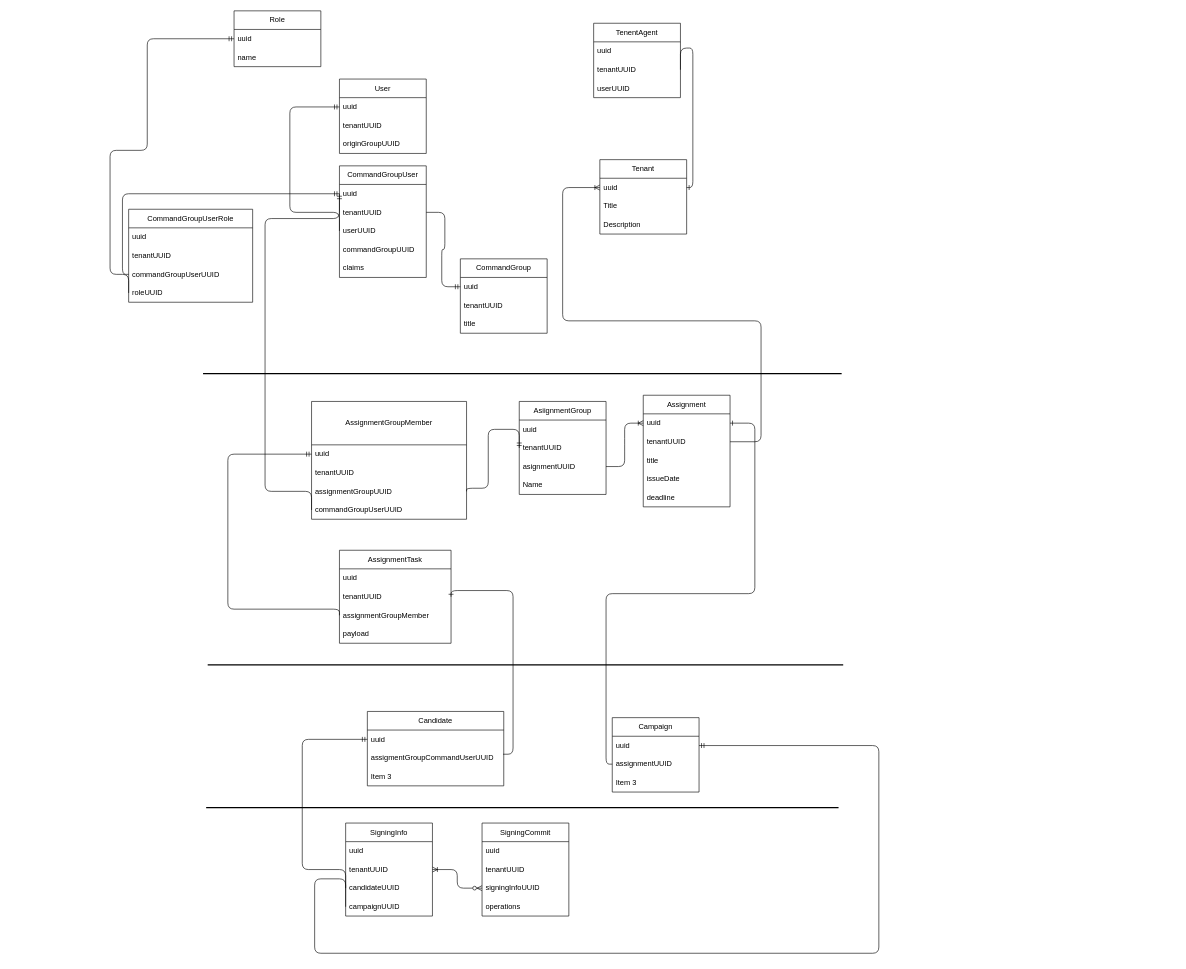
The draw.io diagram app/domain/model/diagram.drawio in tanhuy998/bch, before the edit. Source tidied: cells renumbered, new cells numbered last; positions are measured from the earlier drawing's top-left corner, leaving out a move shared by most shapes. Both pictures are drawn from the tidied source at 62%, with x=0, y=0 at pixel (110, 11).
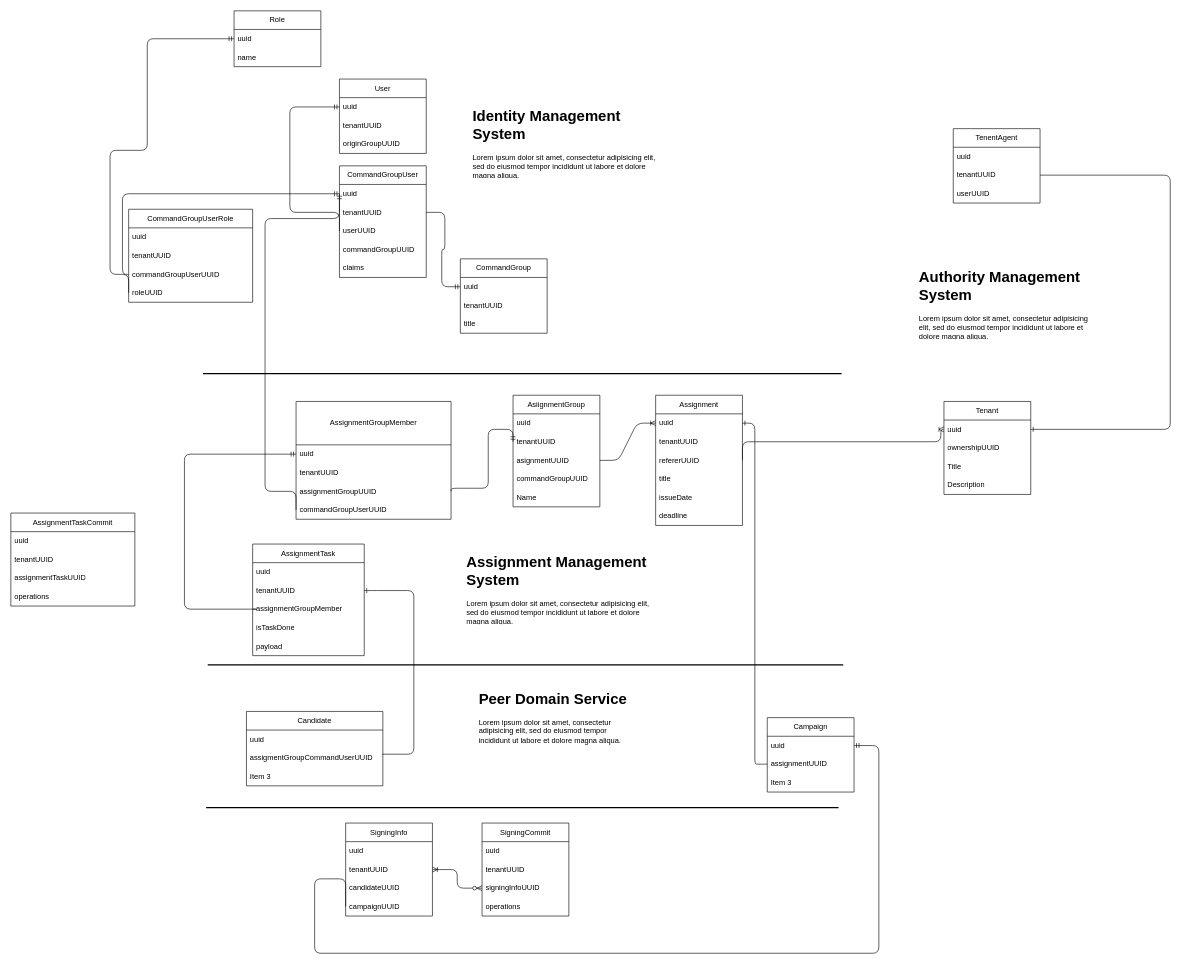
Above is the later version.

Commit message:
modify model diagram

The change refers to these unchanged cells:
```xml
<mxCell id="18" value="assignmentUUID" style="text;strokeColor=none;fillColor=none;align=left;verticalAlign=middle;spacingLeft=4;spacingRight=4;overflow=hidden;points=[[0,0.5],[1,0.5]];portConstraint=eastwest;whiteSpace=wrap;html=1;" parent="16" vertex="1">
  <mxGeometry y="60" width="140" height="30" as="geometry" />
</mxCell>
<mxCell id="26" value="uuid" style="text;strokeColor=none;fillColor=none;align=left;verticalAlign=middle;spacingLeft=4;spacingRight=4;overflow=hidden;points=[[0,0.5],[1,0.5]];portConstraint=eastwest;whiteSpace=wrap;html=1;" parent="25" vertex="1">
  <mxGeometry y="70" width="250" height="30" as="geometry" />
</mxCell>
<mxCell id="34" value="uuid" style="text;strokeColor=none;fillColor=none;align=left;verticalAlign=middle;spacingLeft=4;spacingRight=4;overflow=hidden;points=[[0,0.5],[1,0.5]];portConstraint=eastwest;whiteSpace=wrap;html=1;" parent="33" vertex="1">
  <mxGeometry y="30" width="220" height="30" as="geometry" />
</mxCell>
<mxCell id="35" value="assigmentGroupCommandUserUUID" style="text;strokeColor=none;fillColor=none;align=left;verticalAlign=middle;spacingLeft=4;spacingRight=4;overflow=hidden;points=[[0,0.5],[1,0.5]];portConstraint=eastwest;whiteSpace=wrap;html=1;" parent="33" vertex="1">
  <mxGeometry y="60" width="220" height="30" as="geometry" />
</mxCell>
<mxCell id="54" value="candidateUUID" style="text;strokeColor=none;fillColor=none;align=left;verticalAlign=middle;spacingLeft=4;spacingRight=4;overflow=hidden;points=[[0,0.5],[1,0.5]];portConstraint=eastwest;whiteSpace=wrap;html=1;" parent="51" vertex="1">
  <mxGeometry y="90" width="140" height="30" as="geometry" />
</mxCell>
<mxCell id="66" value="tenantUUID" style="text;strokeColor=none;fillColor=none;align=left;verticalAlign=middle;spacingLeft=4;spacingRight=4;overflow=hidden;points=[[0,0.5],[1,0.5]];portConstraint=eastwest;whiteSpace=wrap;html=1;" parent="64" vertex="1">
  <mxGeometry y="60" width="180" height="30" as="geometry" />
</mxCell>
<mxCell id="67" value="assignmentGroupMember" style="text;strokeColor=none;fillColor=none;align=left;verticalAlign=middle;spacingLeft=4;spacingRight=4;overflow=hidden;points=[[0,0.5],[1,0.5]];portConstraint=eastwest;whiteSpace=wrap;html=1;" parent="64" vertex="1">
  <mxGeometry y="90" width="180" height="30" as="geometry" />
</mxCell>
<mxCell id="72" value="uuid" style="text;strokeColor=none;fillColor=none;align=left;verticalAlign=middle;spacingLeft=4;spacingRight=4;overflow=hidden;points=[[0,0.5],[1,0.5]];portConstraint=eastwest;whiteSpace=wrap;html=1;" parent="71" vertex="1">
  <mxGeometry y="30" width="140" height="30" as="geometry" />
</mxCell>
<mxCell id="78" value="uuid" style="text;strokeColor=none;fillColor=none;align=left;verticalAlign=middle;spacingLeft=4;spacingRight=4;overflow=hidden;points=[[0,0.5],[1,0.5]];portConstraint=eastwest;whiteSpace=wrap;html=1;" parent="77" vertex="1">
  <mxGeometry y="30" width="140" height="30" as="geometry" />
</mxCell>
<mxCell id="84" value="tenantUUID" style="text;strokeColor=none;fillColor=none;align=left;verticalAlign=middle;spacingLeft=4;spacingRight=4;overflow=hidden;points=[[0,0.5],[1,0.5]];portConstraint=eastwest;whiteSpace=wrap;html=1;" parent="82" vertex="1">
  <mxGeometry y="60" width="140" height="30" as="geometry" />
</mxCell>
```

What changed in the source:
```diff
@@
     <mxCell id="16" value="Campaign" style="swimlane;fontStyle=0;horizontal=1;startSize=30;whiteSpace=wrap;html=1;" parent="1" vertex="1">
-      <mxGeometry x="810" y="1140" width="140" height="120" as="geometry" />
+      <mxGeometry x="1060" y="1140" width="140" height="120" as="geometry" />
     </mxCell>
@@
     <mxCell id="20" value="AsiignmentGroup" style="swimlane;fontStyle=0;horizontal=1;startSize=30;whiteSpace=wrap;html=1;" parent="1" vertex="1">
-      <mxGeometry x="660" y="630" width="140" height="150" as="geometry" />
+      <mxGeometry x="650" y="620" width="140" height="180" as="geometry" />
     </mxCell>
@@
+    <mxCell id="89" value="commandGroupUUID" style="text;strokeColor=none;fillColor=none;align=left;verticalAlign=middle;spacingLeft=4;spacingRight=4;overflow=hidden;whiteSpace=wrap;html=1;" parent="20" vertex="1">
+      <mxGeometry y="120" width="140" height="30" as="geometry" />
+    </mxCell>
     <mxCell id="24" value="Name" style="text;strokeColor=none;fillColor=none;align=left;verticalAlign=middle;spacingLeft=4;spacingRight=4;overflow=hidden;whiteSpace=wrap;html=1;" parent="20" vertex="1">
-      <mxGeometry y="120" width="140" height="30" as="geometry" />
+      <mxGeometry y="150" width="140" height="30" as="geometry" />
     </mxCell>
     <mxCell id="25" value="AssignmentGroupMember" style="swimlane;fontStyle=0;horizontal=1;startSize=70;whiteSpace=wrap;html=1;" parent="1" vertex="1">
-      <mxGeometry x="325" y="630" width="250" height="190" as="geometry" />
+      <mxGeometry x="300" y="630" width="250" height="190" as="geometry" />
     </mxCell>
@@
     <mxCell id="33" value="Candidate" style="swimlane;fontStyle=0;horizontal=1;startSize=30;whiteSpace=wrap;html=1;" parent="1" vertex="1">
-      <mxGeometry x="415" y="1130" width="220" height="120" as="geometry" />
+      <mxGeometry x="220" y="1130" width="220" height="120" as="geometry" />
     </mxCell>
@@
     <mxCell id="37" style="edgeStyle=orthogonalEdgeStyle;fontSize=12;html=1;endArrow=ERmandOne;elbow=vertical;entryX=0;entryY=0.5;entryDx=0;entryDy=0;exitX=0;exitY=0.5;exitDx=0;exitDy=0;" parent="1" edge="1" source="67" target="26">
       <mxGeometry relative="1" as="geometry">
         <Array as="points">
-          <mxPoint x="190" y="965" />
-          <mxPoint x="190" y="715" />
+          <mxPoint x="240" y="965" />
+          <mxPoint x="120" y="965" />
+          <mxPoint x="120" y="715" />
         </Array>
       </mxGeometry>
     </mxCell>
@@
-    <mxCell id="56" style="edgeStyle=orthogonalEdgeStyle;fontSize=12;html=1;endArrow=ERmandOne;elbow=vertical;exitX=0;exitY=0.5;exitDx=0;exitDy=0;entryX=0;entryY=0.5;entryDx=0;entryDy=0;" parent="1" edge="1" source="54" target="34">
-      <mxGeometry relative="1" as="geometry">
-        <Array as="points">
-          <mxPoint x="310" y="1385" />
-          <mxPoint x="310" y="1175" />
-        </Array>
-      </mxGeometry>
-    </mxCell>
@@
     <mxCell id="64" value="AssignmentTask" style="swimlane;fontStyle=0;horizontal=1;startSize=30;whiteSpace=wrap;html=1;" parent="1" vertex="1">
-      <mxGeometry x="370" y="870" width="180" height="150" as="geometry" />
+      <mxGeometry x="230" y="860" width="180" height="180" as="geometry" />
     </mxCell>
@@
+    <mxCell id="90" value="isTaskDone" style="text;strokeColor=none;fillColor=none;align=left;verticalAlign=middle;spacingLeft=4;spacingRight=4;overflow=hidden;whiteSpace=wrap;html=1;" parent="64" vertex="1">
+      <mxGeometry y="120" width="180" height="30" as="geometry" />
+    </mxCell>
     <mxCell id="68" value="payload" style="text;strokeColor=none;fillColor=none;align=left;verticalAlign=middle;spacingLeft=4;spacingRight=4;overflow=hidden;whiteSpace=wrap;html=1;" parent="64" vertex="1">
-      <mxGeometry y="120" width="180" height="30" as="geometry" />
+      <mxGeometry y="150" width="180" height="30" as="geometry" />
     </mxCell>
@@
     <mxCell id="70" style="edgeStyle=orthogonalEdgeStyle;fontSize=12;html=1;endArrow=ERone;endFill=1;exitX=0.995;exitY=0.3;exitDx=0;exitDy=0;exitPerimeter=0;entryX=1;entryY=0.5;entryDx=0;entryDy=0;" parent="1" edge="1" source="35" target="66">
       <mxGeometry relative="1" as="geometry">
         <Array as="points">
-          <mxPoint x="650" y="1199" />
-          <mxPoint x="650" y="935" />
+          <mxPoint x="490" y="1199" />
+          <mxPoint x="490" y="935" />
+          <mxPoint x="420" y="935" />
         </Array>
       </mxGeometry>
     </mxCell>
     <mxCell id="71" value="Assignment" style="swimlane;fontStyle=0;horizontal=1;startSize=30;whiteSpace=wrap;html=1;" parent="1" vertex="1">
-      <mxGeometry x="860" y="620" width="140" height="180" as="geometry" />
+      <mxGeometry x="880" y="620" width="140" height="210" as="geometry" />
     </mxCell>
@@
+    <mxCell id="91" value="tenantUUID" style="text;strokeColor=none;fillColor=none;align=left;verticalAlign=middle;spacingLeft=4;spacingRight=4;overflow=hidden;whiteSpace=wrap;html=1;" parent="71" vertex="1">
+      <mxGeometry y="60" width="140" height="30" as="geometry" />
+    </mxCell>
-    <mxCell id="73" value="tenantUUID" style="text;strokeColor=none;fillColor=none;align=left;verticalAlign=middle;spacingLeft=4;spacingRight=4;overflow=hidden;points=[[0,0.5],[1,0.5]];portConstraint=eastwest;whiteSpace=wrap;html=1;" parent="71" vertex="1">
-      <mxGeometry y="60" width="140" height="30" as="geometry" />
+    <mxCell id="73" value="refererUUID" style="text;strokeColor=none;fillColor=none;align=left;verticalAlign=middle;spacingLeft=4;spacingRight=4;overflow=hidden;points=[[0,0.5],[1,0.5]];portConstraint=eastwest;whiteSpace=wrap;html=1;" parent="71" vertex="1">
+      <mxGeometry y="90" width="140" height="30" as="geometry" />
     </mxCell>
     <mxCell id="74" value="title" style="text;strokeColor=none;fillColor=none;align=left;verticalAlign=middle;spacingLeft=4;spacingRight=4;overflow=hidden;whiteSpace=wrap;html=1;" parent="71" vertex="1">
-      <mxGeometry y="90" width="140" height="30" as="geometry" />
+      <mxGeometry y="120" width="140" height="30" as="geometry" />
     </mxCell>
     <mxCell id="75" value="issueDate" style="text;strokeColor=none;fillColor=none;align=left;verticalAlign=middle;spacingLeft=4;spacingRight=4;overflow=hidden;whiteSpace=wrap;html=1;" parent="71" vertex="1">
-      <mxGeometry y="120" width="140" height="30" as="geometry" />
+      <mxGeometry y="150" width="140" height="30" as="geometry" />
     </mxCell>
     <mxCell id="76" value="deadline" style="text;strokeColor=none;fillColor=none;align=left;verticalAlign=middle;spacingLeft=4;spacingRight=4;overflow=hidden;whiteSpace=wrap;html=1;" parent="71" vertex="1">
-      <mxGeometry y="150" width="140" height="30" as="geometry" />
+      <mxGeometry y="180" width="140" height="30" as="geometry" />
     </mxCell>
     <mxCell id="77" value="Tenant" style="swimlane;fontStyle=0;horizontal=1;startSize=30;whiteSpace=wrap;html=1;" parent="1" vertex="1">
-      <mxGeometry x="790" y="240" width="140" height="120" as="geometry" />
+      <mxGeometry x="1345" y="630" width="140" height="150" as="geometry" />
     </mxCell>
@@
+    <mxCell id="92" value="ownershipUUID" style="text;strokeColor=none;fillColor=none;align=left;verticalAlign=middle;spacingLeft=4;spacingRight=4;overflow=hidden;whiteSpace=wrap;html=1;" parent="77" vertex="1">
+      <mxGeometry y="60" width="140" height="30" as="geometry" />
+    </mxCell>
     <mxCell id="79" value="Title" style="text;strokeColor=none;fillColor=none;align=left;verticalAlign=middle;spacingLeft=4;spacingRight=4;overflow=hidden;whiteSpace=wrap;html=1;" parent="77" vertex="1">
-      <mxGeometry y="60" width="140" height="30" as="geometry" />
+      <mxGeometry y="90" width="140" height="30" as="geometry" />
     </mxCell>
     <mxCell id="80" value="Description" style="text;strokeColor=none;fillColor=none;align=left;verticalAlign=middle;spacingLeft=4;spacingRight=4;overflow=hidden;whiteSpace=wrap;html=1;" parent="77" vertex="1">
-      <mxGeometry y="90" width="140" height="30" as="geometry" />
+      <mxGeometry y="120" width="140" height="30" as="geometry" />
     </mxCell>
@@
     <mxCell id="82" value="TenentAgent" style="swimlane;fontStyle=0;horizontal=1;startSize=30;whiteSpace=wrap;html=1;" parent="1" vertex="1">
-      <mxGeometry x="780" y="20" width="140" height="120" as="geometry" />
+      <mxGeometry x="1360" y="190" width="140" height="120" as="geometry" />
     </mxCell>
@@
     <mxCell id="86" style="edgeStyle=orthogonalEdgeStyle;fontSize=12;html=1;endArrow=ERone;endFill=1;entryX=1;entryY=0.5;entryDx=0;entryDy=0;exitX=1;exitY=0.5;exitDx=0;exitDy=0;" parent="1" edge="1" source="84" target="78">
       <mxGeometry relative="1" as="geometry">
         <Array as="points">
-          <mxPoint x="940" y="60" />
-          <mxPoint x="940" y="285" />
+          <mxPoint x="1710" y="265" />
+          <mxPoint x="1710" y="675" />
         </Array>
       </mxGeometry>
     </mxCell>
     <mxCell id="87" style="edgeStyle=orthogonalEdgeStyle;fontSize=12;html=1;endArrow=ERoneToMany;entryX=0;entryY=0.5;entryDx=0;entryDy=0;exitX=1;exitY=0.5;exitDx=0;exitDy=0;" parent="1" edge="1" source="73" target="78">
       <mxGeometry relative="1" as="geometry">
         <Array as="points">
-          <mxPoint x="1050" y="695" />
-          <mxPoint x="1050" y="500" />
-          <mxPoint x="730" y="500" />
-          <mxPoint x="730" y="285" />
+          <mxPoint x="1020" y="695" />
+          <mxPoint x="1340" y="695" />
+          <mxPoint x="1340" y="675" />
         </Array>
       </mxGeometry>
     </mxCell>
     <mxCell id="88" style="edgeStyle=orthogonalEdgeStyle;fontSize=12;html=1;endArrow=ERone;endFill=1;exitX=0;exitY=0.5;exitDx=0;exitDy=0;entryX=1;entryY=0.5;entryDx=0;entryDy=0;" parent="1" edge="1" source="18" target="72">
       <mxGeometry relative="1" as="geometry">
         <Array as="points">
-          <mxPoint x="800" y="1215" />
-          <mxPoint x="800" y="940" />
-          <mxPoint x="1040" y="940" />
+          <mxPoint x="1050" y="1215" />
+          <mxPoint x="1040" y="1215" />
           <mxPoint x="1040" y="665" />
         </Array>
       </mxGeometry>
     </mxCell>
+    <mxCell id="93" value="&lt;h1&gt;Identity Management System&lt;/h1&gt;&lt;p&gt;Lorem ipsum dolor sit amet, consectetur adipisicing elit, sed do eiusmod tempor incididunt ut labore et dolore magna aliqua.&lt;/p&gt;" style="text;html=1;strokeColor=none;fillColor=none;spacing=5;spacingTop=-20;whiteSpace=wrap;overflow=hidden;rounded=0;" parent="1" vertex="1">
+      <mxGeometry x="580" y="150" width="310" height="120" as="geometry" />
+    </mxCell>
+    <mxCell id="94" value="&lt;h1&gt;Authority Management System&lt;/h1&gt;&lt;p&gt;Lorem ipsum dolor sit amet, consectetur adipisicing elit, sed do eiusmod tempor incididunt ut labore et dolore magna aliqua.&lt;/p&gt;" style="text;html=1;strokeColor=none;fillColor=none;spacing=5;spacingTop=-20;whiteSpace=wrap;overflow=hidden;rounded=0;" parent="1" vertex="1">
+      <mxGeometry x="1300" y="410" width="285" height="120" as="geometry" />
+    </mxCell>
+    <mxCell id="95" value="&lt;h1&gt;Assignment Management System&lt;/h1&gt;&lt;p&gt;Lorem ipsum dolor sit amet, consectetur adipisicing elit, sed do eiusmod tempor incididunt ut labore et dolore magna aliqua.&lt;/p&gt;" style="text;html=1;strokeColor=none;fillColor=none;spacing=5;spacingTop=-20;whiteSpace=wrap;overflow=hidden;rounded=0;" parent="1" vertex="1">
+      <mxGeometry x="570" y="870" width="310" height="120" as="geometry" />
+    </mxCell>
+    <mxCell id="96" value="&lt;h1&gt;Peer Domain Service&lt;/h1&gt;&lt;p&gt;Lorem ipsum dolor sit amet, consectetur adipisicing elit, sed do eiusmod tempor incididunt ut labore et dolore magna aliqua.&lt;/p&gt;" style="text;html=1;strokeColor=none;fillColor=none;spacing=5;spacingTop=-20;whiteSpace=wrap;overflow=hidden;rounded=0;" parent="1" vertex="1">
+      <mxGeometry x="590" y="1090" width="260" height="120" as="geometry" />
+    </mxCell>
+    <mxCell id="97" value="AssignmentTaskCommit" style="swimlane;fontStyle=0;horizontal=1;startSize=30;whiteSpace=wrap;html=1;" parent="1" vertex="1">
+      <mxGeometry x="-160" y="810" width="200" height="150" as="geometry" />
+    </mxCell>
+    <mxCell id="98" value="uuid" style="text;strokeColor=none;fillColor=none;align=left;verticalAlign=middle;spacingLeft=4;spacingRight=4;overflow=hidden;whiteSpace=wrap;html=1;" parent="97" vertex="1">
+      <mxGeometry y="30" width="200" height="30" as="geometry" />
+    </mxCell>
+    <mxCell id="99" value="tenantUUID" style="text;strokeColor=none;fillColor=none;align=left;verticalAlign=middle;spacingLeft=4;spacingRight=4;overflow=hidden;whiteSpace=wrap;html=1;" parent="97" vertex="1">
+      <mxGeometry y="60" width="200" height="30" as="geometry" />
+    </mxCell>
+    <mxCell id="100" value="assignmentTaskUUID" style="text;strokeColor=none;fillColor=none;align=left;verticalAlign=middle;spacingLeft=4;spacingRight=4;overflow=hidden;whiteSpace=wrap;html=1;" parent="97" vertex="1">
+      <mxGeometry y="90" width="200" height="30" as="geometry" />
+    </mxCell>
+    <mxCell id="101" value="operations" style="text;strokeColor=none;fillColor=none;align=left;verticalAlign=middle;spacingLeft=4;spacingRight=4;overflow=hidden;whiteSpace=wrap;html=1;" parent="97" vertex="1">
+      <mxGeometry y="120" width="200" height="30" as="geometry" />
+    </mxCell>
```
